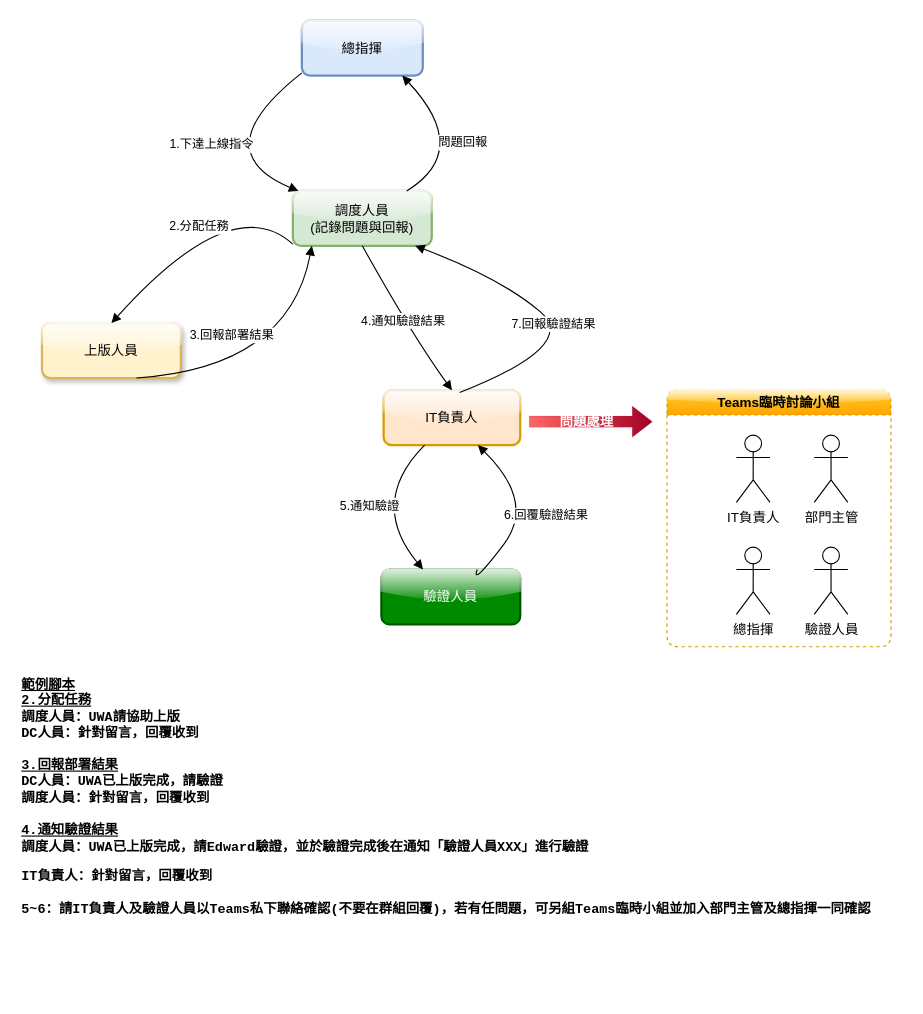
Earlier version of the draw.io diagram 未命名绘图.drawio (chenegg/chenegg.github.io). Source tidied: cells renumbered, new cells numbered last; positions are measured from the earlier drawing's top-left corner, leaving out a move shared by most shapes. Both pictures are drawn from the tidied source at 112%, with x=0, y=0 at pixel (19, 20).
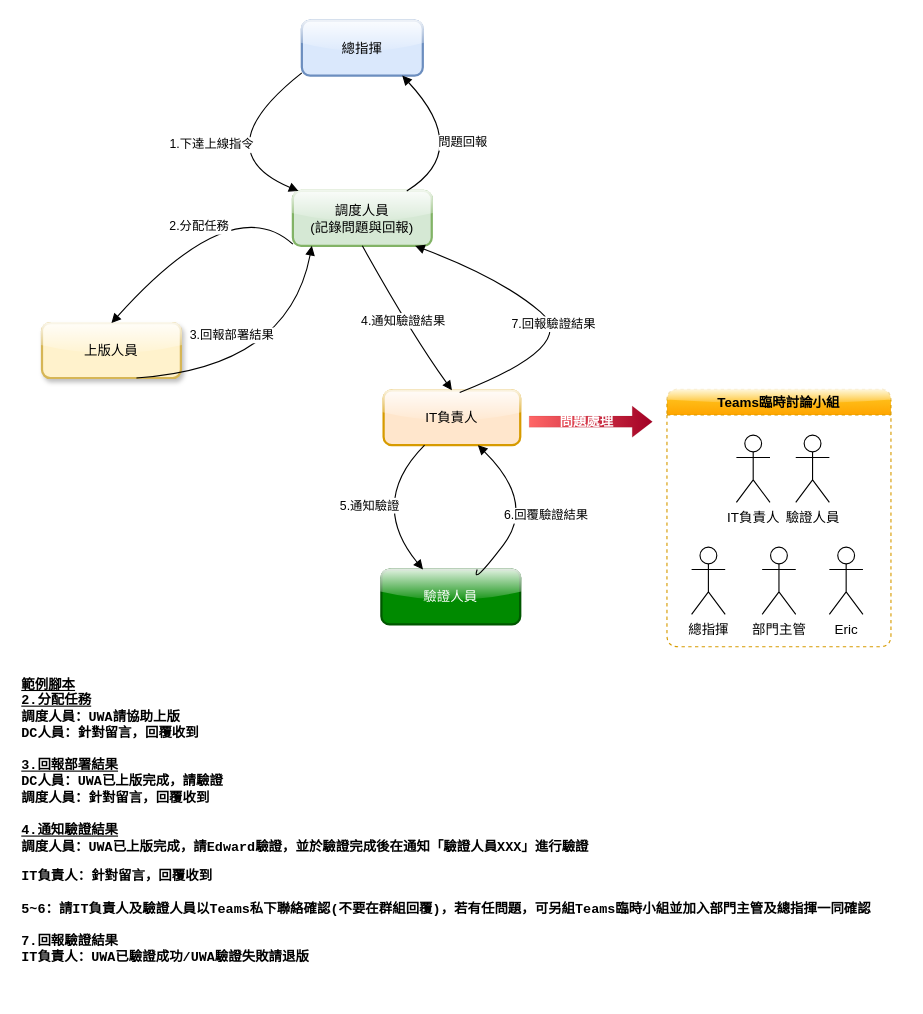
After the change.

Commit message (it also covers changes not shown here):
更新未命名绘图.drawio

Diff of the diagram source:
```diff
@@
+    <mxCell id="20" value="Teams臨時討論小組" style="swimlane;whiteSpace=wrap;html=1;startSize=23;fillColor=#ffcd28;strokeColor=#d79b00;swimlaneFillColor=none;gradientColor=#ffa500;rounded=1;shadow=0;glass=1;dashed=1;" parent="1" vertex="1">
+      <mxGeometry x="578" y="329" width="200" height="230" as="geometry" />
+    </mxCell>
+    <mxCell id="18" value="總指揮" style="shape=umlActor;verticalLabelPosition=bottom;verticalAlign=top;html=1;" parent="20" vertex="1">
+      <mxGeometry x="22" y="141" width="30" height="60" as="geometry" />
+    </mxCell>
-    <mxCell id="17" value="部門主管" style="shape=umlActor;verticalLabelPosition=bottom;verticalAlign=top;html=1;" parent="1" vertex="1">
-      <mxGeometry x="709.5" y="370" width="30" height="60" as="geometry" />
+    <mxCell id="17" value="部門主管" style="shape=umlActor;verticalLabelPosition=bottom;verticalAlign=top;html=1;" parent="20" vertex="1">
+      <mxGeometry x="85" y="141" width="30" height="60" as="geometry" />
     </mxCell>
-    <mxCell id="18" value="總指揮" style="shape=umlActor;verticalLabelPosition=bottom;verticalAlign=top;html=1;" parent="1" vertex="1">
-      <mxGeometry x="640" y="470" width="30" height="60" as="geometry" />
-    </mxCell>
-    <mxCell id="19" value="驗證人員" style="shape=umlActor;verticalLabelPosition=bottom;verticalAlign=top;html=1;" parent="1" vertex="1">
-      <mxGeometry x="709.5" y="470" width="30" height="60" as="geometry" />
+    <mxCell id="19" value="驗證人員" style="shape=umlActor;verticalLabelPosition=bottom;verticalAlign=top;html=1;" parent="20" vertex="1">
+      <mxGeometry x="115" y="41" width="30" height="60" as="geometry" />
     </mxCell>
-    <mxCell id="20" value="Teams臨時討論小組" style="swimlane;whiteSpace=wrap;html=1;startSize=23;fillColor=#ffcd28;strokeColor=#d79b00;swimlaneFillColor=none;gradientColor=#ffa500;rounded=1;shadow=0;glass=1;dashed=1;" parent="1" vertex="1">
-      <mxGeometry x="578" y="329" width="200" height="230" as="geometry" />
-    </mxCell>
+    <mxCell id="22" value="Eric" style="shape=umlActor;verticalLabelPosition=bottom;verticalAlign=top;html=1;" parent="20" vertex="1">
+      <mxGeometry x="145" y="141" width="30" height="60" as="geometry" />
+    </mxCell>
-    <mxCell id="21" value="&lt;div&gt;&lt;span&gt;&lt;u&gt;範例腳本&lt;/u&gt;&lt;/span&gt;&lt;/div&gt;&lt;div&gt;&lt;span&gt;&lt;u&gt;2.分配任務&lt;/u&gt;&lt;/span&gt;&lt;/div&gt;調度人員：UWA請協助上版&lt;div&gt;DC人員：&lt;span style=&quot;background-color: initial;&quot;&gt;針對留言，回覆收到&lt;/span&gt;&lt;/div&gt;&lt;div&gt;&lt;br&gt;&lt;/div&gt;&lt;div&gt;&lt;span&gt;&lt;u&gt;3.回報部署結果&lt;/u&gt;&lt;/span&gt;&lt;/div&gt;&lt;div&gt;DC人員：UWA已上版完成，請驗證&lt;/div&gt;&lt;div&gt;調度人員：針對留言，回覆收到&lt;/div&gt;&lt;div&gt;&lt;br&gt;&lt;/div&gt;&lt;div&gt;&lt;div&gt;&lt;span&gt;&lt;u&gt;4.通知驗證結果&lt;/u&gt;&lt;/span&gt;&lt;/div&gt;&lt;div&gt;調度人員：UWA已上版完成，請Edward驗證，並於驗證完成後在通知&lt;span style=&quot;font-family: 新細明體, serif; background-color: initial;&quot;&gt;「&lt;/span&gt;&lt;span style=&quot;background-color: initial;&quot;&gt;驗證人員XXX&lt;/span&gt;&lt;span style=&quot;background-color: initial; font-family: 新細明體, serif;&quot;&gt;」進行驗證&lt;/span&gt;&lt;/div&gt;&lt;p class=&quot;MsoNormal&quot;&gt;&lt;span lang=&quot;EN-US&quot;&gt;&lt;/span&gt;&lt;/p&gt;&lt;div&gt;&lt;span style=&quot;background-color: initial;&quot;&gt;IT負責人：針對留言，回覆收到&lt;/span&gt;&lt;/div&gt;&lt;/div&gt;&lt;div&gt;&lt;span style=&quot;background-color: initial;&quot;&gt;&lt;br&gt;&lt;/span&gt;&lt;/div&gt;&lt;div&gt;&lt;span style=&quot;background-color: initial;&quot;&gt;5~6：請IT負責人及驗證人員以Teams私下聯絡確認(不要在群組回覆)，若有任問題，可另組Teams臨時小組並加入部門主管及總指揮一同確認&lt;/span&gt;&lt;/div&gt;" style="text;html=1;align=left;verticalAlign=top;whiteSpace=wrap;rounded=0;fontColor=#000000;fontFamily=Courier New;fontStyle=1;" parent="1" vertex="1">
+    <mxCell id="21" value="&lt;div&gt;&lt;span&gt;&lt;u&gt;範例腳本&lt;/u&gt;&lt;/span&gt;&lt;/div&gt;&lt;div&gt;&lt;span&gt;&lt;u&gt;2.分配任務&lt;/u&gt;&lt;/span&gt;&lt;/div&gt;調度人員：UWA請協助上版&lt;div&gt;DC人員：&lt;span style=&quot;background-color: initial;&quot;&gt;針對留言，回覆收到&lt;/span&gt;&lt;/div&gt;&lt;div&gt;&lt;br&gt;&lt;/div&gt;&lt;div&gt;&lt;span&gt;&lt;u&gt;3.回報部署結果&lt;/u&gt;&lt;/span&gt;&lt;/div&gt;&lt;div&gt;DC人員：UWA已上版完成，請驗證&lt;/div&gt;&lt;div&gt;調度人員：針對留言，回覆收到&lt;/div&gt;&lt;div&gt;&lt;br&gt;&lt;/div&gt;&lt;div&gt;&lt;div&gt;&lt;span&gt;&lt;u&gt;4.通知驗證結果&lt;/u&gt;&lt;/span&gt;&lt;/div&gt;&lt;div&gt;調度人員：UWA已上版完成，請Edward驗證，並於驗證完成後在通知&lt;span style=&quot;font-family: 新細明體, serif; background-color: initial;&quot;&gt;「&lt;/span&gt;&lt;span style=&quot;background-color: initial;&quot;&gt;驗證人員XXX&lt;/span&gt;&lt;span style=&quot;background-color: initial; font-family: 新細明體, serif;&quot;&gt;」進行驗證&lt;/span&gt;&lt;/div&gt;&lt;p class=&quot;MsoNormal&quot;&gt;&lt;span lang=&quot;EN-US&quot;&gt;&lt;/span&gt;&lt;/p&gt;&lt;div&gt;&lt;span style=&quot;background-color: initial;&quot;&gt;IT負責人：針對留言，回覆收到&lt;/span&gt;&lt;/div&gt;&lt;/div&gt;&lt;div&gt;&lt;span style=&quot;background-color: initial;&quot;&gt;&lt;br&gt;&lt;/span&gt;&lt;/div&gt;&lt;div&gt;&lt;span style=&quot;background-color: initial;&quot;&gt;5~6：請IT負責人及驗證人員以Teams私下聯絡確認(不要在群組回覆)，若有任問題，可另組Teams臨時小組並加入部門主管及總指揮一同確認&lt;/span&gt;&lt;/div&gt;&lt;div&gt;&lt;span style=&quot;background-color: initial;&quot;&gt;&lt;br&gt;&lt;/span&gt;&lt;/div&gt;&lt;div&gt;&lt;span style=&quot;background-color: initial;&quot;&gt;7.回報驗證結果&lt;/span&gt;&lt;/div&gt;&lt;div&gt;&lt;span style=&quot;background-color: initial;&quot;&gt;IT負責人：UWA已驗證成功/UWA驗證失敗請退版&lt;/span&gt;&lt;/div&gt;" style="text;html=1;align=left;verticalAlign=top;whiteSpace=wrap;rounded=0;fontColor=#000000;fontFamily=Courier New;fontStyle=1;" parent="1" vertex="1">
       <mxGeometry y="580" width="790" height="290" as="geometry" />
     </mxCell>
```
